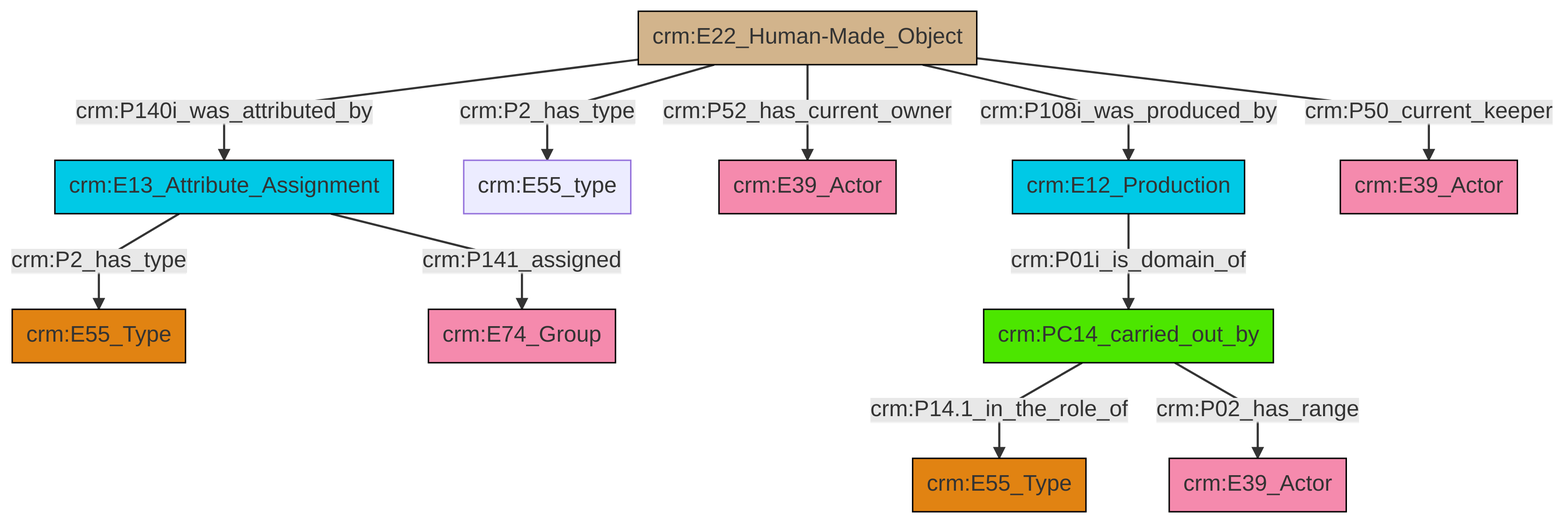
This is et/artworkCSV/ttl/mmd/png/Artwork_Actor_Relations.png from swiss-art-research-net/reference-data-models, a Mermaid export, as it was before one commit. Its source is kept beside it as et/artworkCSV/ttl/mmd/Artwork_Actor_Relations.ttl.mmd.
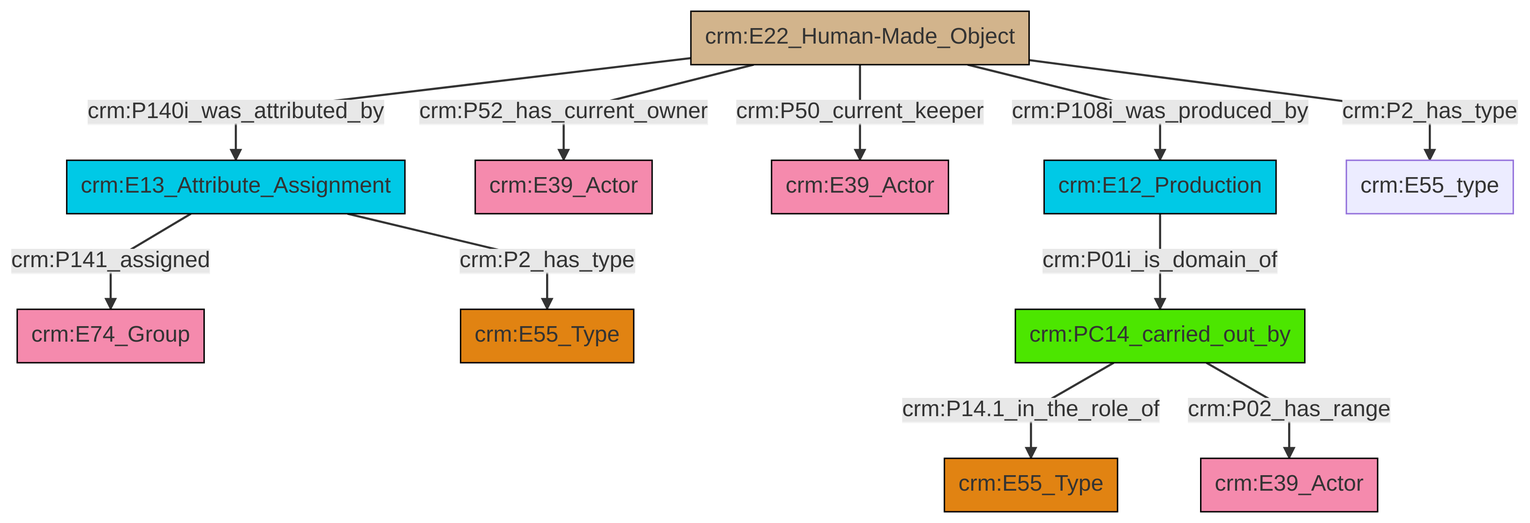
The same diagram one commit later.

What changed in the source:
```diff
@@ -13,13 +13,13 @@
 classDef PC_Classes fill:#4ce600, stroke:#000000;
 classDef Multi fill:#cccccc,stroke:#000000;
 
-6["crm:E13_Attribute_Assignment"]:::Temporal_Entity -->|crm:P2_has_type| 7["crm:E55_Type"]:::Type
-8["crm:E22_Human-Made_Object"]:::Physical_Thing -->|crm:P50_current_keeper| 9["crm:E39_Actor"]:::Actor
-0["crm:E12_Production"]:::Temporal_Entity -->|crm:P01i_is_domain_of| 12["crm:PC14_carried_out_by"]:::PC_Classes
-8["crm:E22_Human-Made_Object"]:::Physical_Thing -->|crm:P140i_was_attributed_by| 6["crm:E13_Attribute_Assignment"]:::Temporal_Entity
-8["crm:E22_Human-Made_Object"]:::Physical_Thing -->|crm:P52_has_current_owner| 4["crm:E39_Actor"]:::Actor
-8["crm:E22_Human-Made_Object"]:::Physical_Thing -->|crm:P2_has_type| 2["crm:E55_type"]:::Default
-12["crm:PC14_carried_out_by"]:::PC_Classes -->|crm:P14.1_in_the_role_of| 18["crm:E55_Type"]:::Type
-12["crm:PC14_carried_out_by"]:::PC_Classes -->|crm:P02_has_range| 19["crm:E39_Actor"]:::Actor
-6["crm:E13_Attribute_Assignment"]:::Temporal_Entity -->|crm:P141_assigned| 10["crm:E74_Group"]:::Actor
-8["crm:E22_Human-Made_Object"]:::Physical_Thing -->|crm:P108i_was_produced_by| 0["crm:E12_Production"]:::Temporal_Entity
+2["crm:PC14_carried_out_by"]:::PC_Classes -->|crm:P14.1_in_the_role_of| 3["crm:E55_Type"]:::Type
+4["crm:E12_Production"]:::Temporal_Entity -->|crm:P01i_is_domain_of| 2["crm:PC14_carried_out_by"]:::PC_Classes
+8["crm:E22_Human-Made_Object"]:::Physical_Thing -->|crm:P140i_was_attributed_by| 9["crm:E13_Attribute_Assignment"]:::Temporal_Entity
+9["crm:E13_Attribute_Assignment"]:::Temporal_Entity -->|crm:P141_assigned| 5["crm:E74_Group"]:::Actor
+8["crm:E22_Human-Made_Object"]:::Physical_Thing -->|crm:P52_has_current_owner| 15["crm:E39_Actor"]:::Actor
+9["crm:E13_Attribute_Assignment"]:::Temporal_Entity -->|crm:P2_has_type| 0["crm:E55_Type"]:::Type
+8["crm:E22_Human-Made_Object"]:::Physical_Thing -->|crm:P50_current_keeper| 11["crm:E39_Actor"]:::Actor
+2["crm:PC14_carried_out_by"]:::PC_Classes -->|crm:P02_has_range| 16["crm:E39_Actor"]:::Actor
+8["crm:E22_Human-Made_Object"]:::Physical_Thing -->|crm:P108i_was_produced_by| 4["crm:E12_Production"]:::Temporal_Entity
+8["crm:E22_Human-Made_Object"]:::Physical_Thing -->|crm:P2_has_type| 18["crm:E55_type"]:::Default
```
